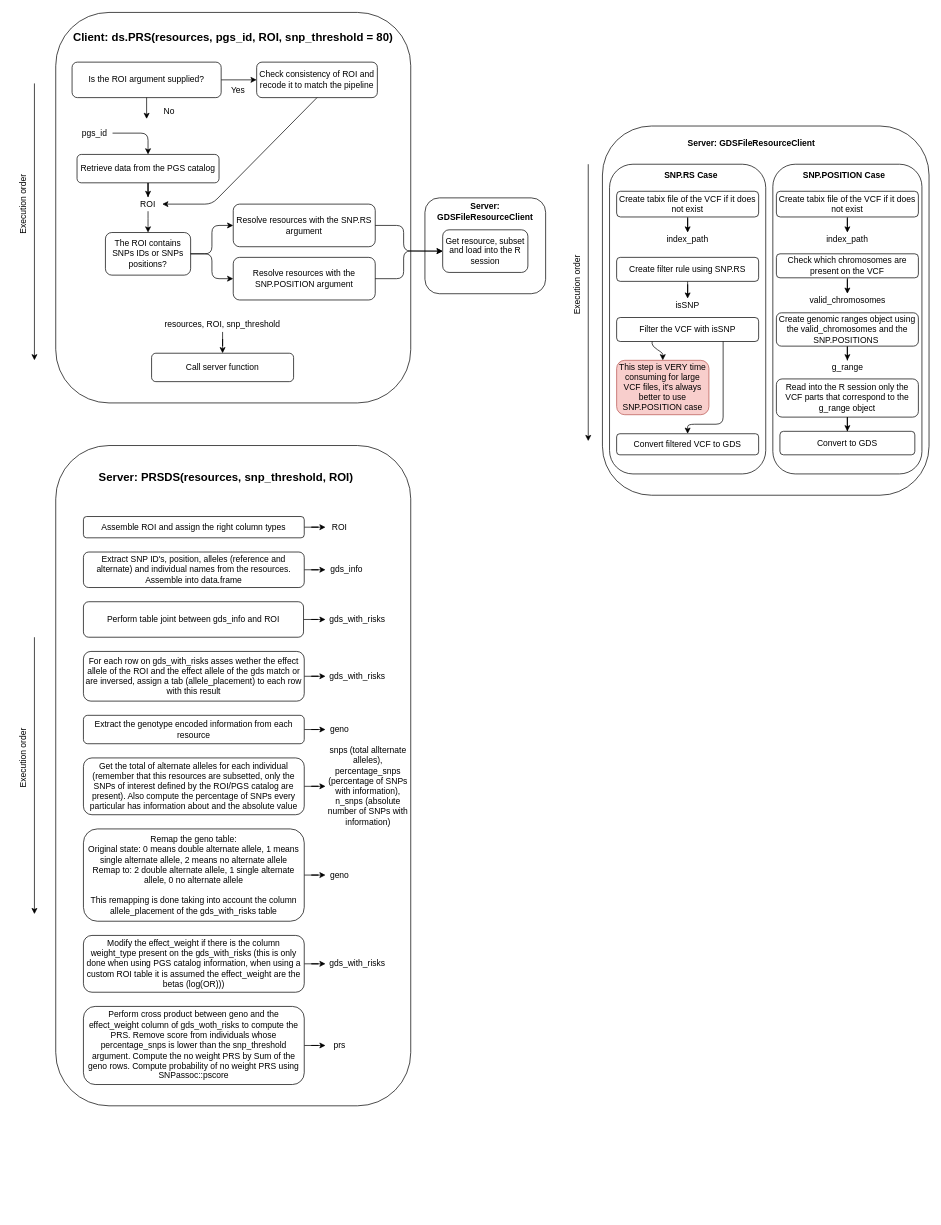
This is vignettes/gwas_images/blocks.drawio from isglobal-brge/dsOmicsClient, a draw.io file, before an edit. Source tidied: cells renumbered, new cells numbered last; positions are measured from the earlier drawing's top-left corner, leaving out a move shared by most shapes. Both pictures are drawn from the tidied source at 71%, with x=0, y=0 at pixel (-16, 12).
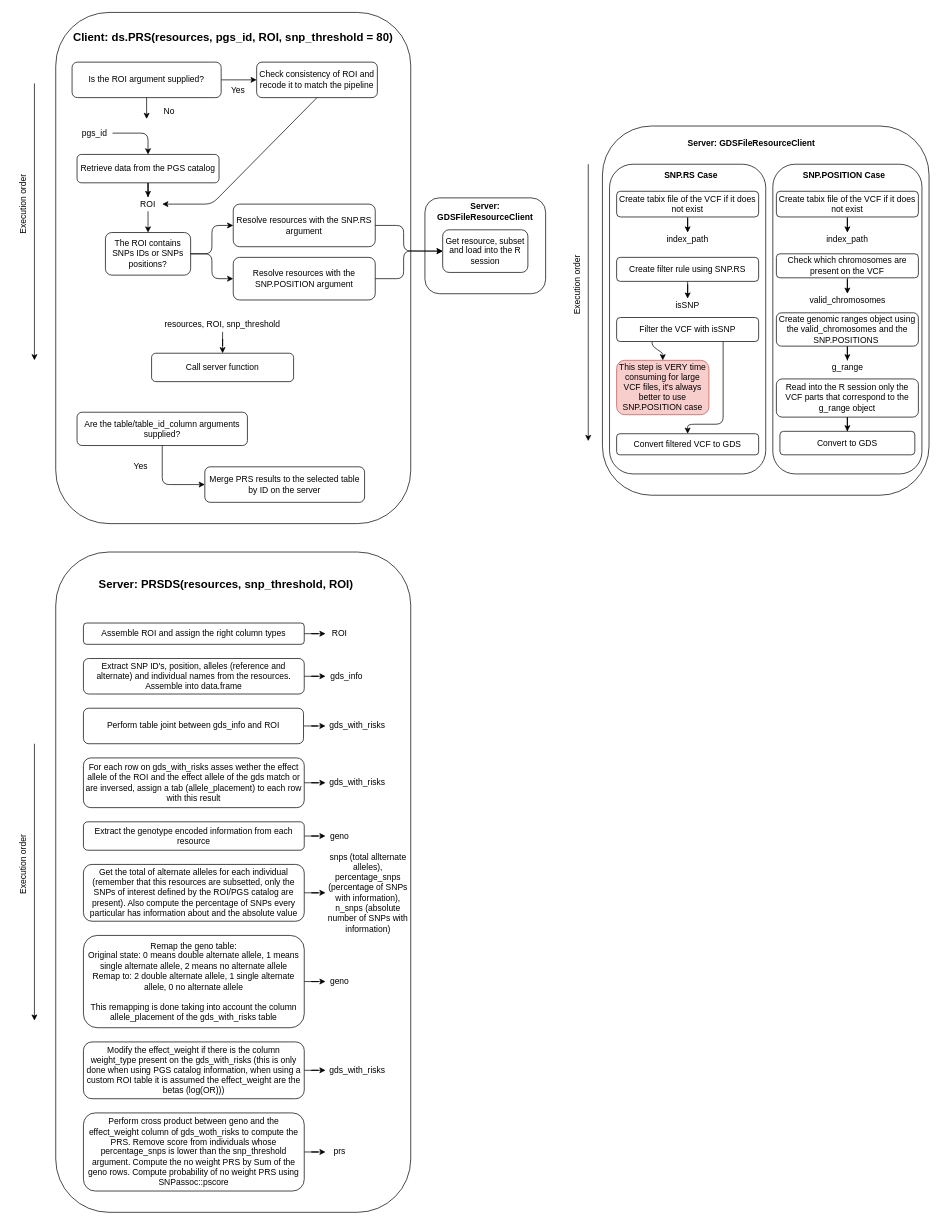
The same page after the edit.

Diff of the diagram source:
```diff
@@
     <mxCell id="2" style="rounded=1;whiteSpace=wrap;html=1;" parent="1" vertex="1">
-      <mxGeometry x="100" width="500" height="550" as="geometry" />
+      <mxGeometry x="100" width="500" height="720" as="geometry" />
     </mxCell>
@@
     <mxCell id="25" style="rounded=1;whiteSpace=wrap;html=1;" parent="1" vertex="1">
-      <mxGeometry x="100" y="610" width="500" height="930" as="geometry" />
+      <mxGeometry x="100" y="760" width="500" height="930" as="geometry" />
     </mxCell>
@@
     <mxCell id="34" value="&lt;font size=&quot;1&quot;&gt;&lt;b style=&quot;font-size: 16px&quot;&gt;Server: PRSDS&lt;/b&gt;&lt;/font&gt;&lt;span style=&quot;font-size: 16px&quot;&gt;&lt;b&gt;(resources,&amp;nbsp;&lt;/b&gt;&lt;/span&gt;&lt;b style=&quot;font-size: 16px&quot;&gt;snp_threshold&lt;/b&gt;&lt;span style=&quot;font-size: 16px&quot;&gt;&lt;b&gt;, ROI)&lt;/b&gt;&lt;/span&gt;" style="text;html=1;strokeColor=none;fillColor=none;align=center;verticalAlign=middle;whiteSpace=wrap;rounded=0;" parent="1" vertex="1">
-      <mxGeometry x="110" y="640" width="460" height="30" as="geometry" />
+      <mxGeometry x="110" y="790" width="460" height="30" as="geometry" />
     </mxCell>
@@
     <mxCell id="36" value="Assemble ROI and assign the right column types" style="rounded=1;whiteSpace=wrap;html=1;" parent="1" vertex="1">
-      <mxGeometry x="139" y="710" width="311" height="30" as="geometry" />
+      <mxGeometry x="139" y="860" width="311" height="30" as="geometry" />
     </mxCell>
@@
     <mxCell id="38" value="Extract SNP ID's, position, alleles (reference and alternate) and individual names from the resources. Assemble into data.frame" style="rounded=1;whiteSpace=wrap;html=1;" parent="1" vertex="1">
-      <mxGeometry x="139" y="760" width="311" height="50" as="geometry" />
+      <mxGeometry x="139" y="910" width="311" height="50" as="geometry" />
     </mxCell>
     <mxCell id="39" value="ROI" style="text;html=1;strokeColor=none;fillColor=none;align=center;verticalAlign=middle;whiteSpace=wrap;rounded=0;" parent="1" vertex="1">
-      <mxGeometry x="480" y="715" width="40" height="20" as="geometry" />
+      <mxGeometry x="480" y="865" width="40" height="20" as="geometry" />
     </mxCell>
     <mxCell id="40" value="gds_info" style="text;html=1;strokeColor=none;fillColor=none;align=center;verticalAlign=middle;whiteSpace=wrap;rounded=0;" parent="1" vertex="1">
-      <mxGeometry x="480" y="775" width="60" height="20" as="geometry" />
+      <mxGeometry x="480" y="925" width="60" height="20" as="geometry" />
     </mxCell>
@@
     <mxCell id="42" value="Perform table joint between gds_info and ROI" style="rounded=1;whiteSpace=wrap;html=1;" parent="1" vertex="1">
-      <mxGeometry x="139" y="830" width="310" height="50" as="geometry" />
+      <mxGeometry x="139" y="980" width="310" height="50" as="geometry" />
     </mxCell>
     <mxCell id="43" value="gds_with_risks" style="text;html=1;strokeColor=none;fillColor=none;align=center;verticalAlign=middle;whiteSpace=wrap;rounded=0;" parent="1" vertex="1">
-      <mxGeometry x="480" y="845" width="90" height="20" as="geometry" />
+      <mxGeometry x="480" y="995" width="90" height="20" as="geometry" />
     </mxCell>
@@
     <mxCell id="45" value="For each row on gds_with_risks asses wether the effect allele of the ROI and the effect allele of the gds match or are inversed, assign a tab (allele_placement) to each row with this result" style="rounded=1;whiteSpace=wrap;html=1;" parent="1" vertex="1">
-      <mxGeometry x="139" y="900" width="311" height="70" as="geometry" />
+      <mxGeometry x="139" y="1050" width="311" height="70" as="geometry" />
     </mxCell>
     <mxCell id="46" value="gds_with_risks" style="text;html=1;strokeColor=none;fillColor=none;align=center;verticalAlign=middle;whiteSpace=wrap;rounded=0;" parent="1" vertex="1">
-      <mxGeometry x="480" y="925" width="90" height="20" as="geometry" />
+      <mxGeometry x="480" y="1075" width="90" height="20" as="geometry" />
     </mxCell>
@@
     <mxCell id="48" value="Extract the genotype encoded information from each resource" style="rounded=1;whiteSpace=wrap;html=1;" parent="1" vertex="1">
-      <mxGeometry x="139" y="990" width="311" height="40" as="geometry" />
+      <mxGeometry x="139" y="1140" width="311" height="40" as="geometry" />
     </mxCell>
     <mxCell id="49" value="geno" style="text;html=1;strokeColor=none;fillColor=none;align=center;verticalAlign=middle;whiteSpace=wrap;rounded=0;" parent="1" vertex="1">
-      <mxGeometry x="480" y="1000" width="40" height="20" as="geometry" />
+      <mxGeometry x="480" y="1150" width="40" height="20" as="geometry" />
     </mxCell>
@@
     <mxCell id="51" value="Get the total of alternate alleles for each individual (remember that this resources are subsetted, only the SNPs of interest defined by the ROI/PGS catalog are present). Also compute the percentage of SNPs every particular has information about and the absolute value" style="rounded=1;whiteSpace=wrap;html=1;" parent="1" vertex="1">
-      <mxGeometry x="139" y="1050" width="311" height="80" as="geometry" />
+      <mxGeometry x="139" y="1200" width="311" height="80" as="geometry" />
     </mxCell>
     <mxCell id="52" value="snps (total allternate alleles), percentage_snps (percentage of SNPs with information), n_snps (absolute number of SNPs with information)" style="text;html=1;strokeColor=none;fillColor=none;align=center;verticalAlign=middle;whiteSpace=wrap;rounded=0;" parent="1" vertex="1">
-      <mxGeometry x="480" y="1015" width="120" height="150" as="geometry" />
+      <mxGeometry x="480" y="1165" width="120" height="150" as="geometry" />
     </mxCell>
@@
     <mxCell id="54" value="Remap the geno table:&lt;br&gt;Original state:&amp;nbsp;0 means double alternate allele, 1 means single alternate allele, 2 means no alternate allele&lt;br&gt;Remap to: 2 double alternate allele, 1 single alternate allele, 0 no alternate allele&lt;br&gt;&lt;br&gt;This remapping is done taking into account the column allele_placement of the gds_with_risks table" style="rounded=1;whiteSpace=wrap;html=1;" parent="1" vertex="1">
-      <mxGeometry x="139" y="1150" width="311" height="130" as="geometry" />
+      <mxGeometry x="139" y="1300" width="311" height="130" as="geometry" />
     </mxCell>
     <mxCell id="55" value="geno" style="text;html=1;strokeColor=none;fillColor=none;align=center;verticalAlign=middle;whiteSpace=wrap;rounded=0;" parent="1" vertex="1">
-      <mxGeometry x="480" y="1205" width="40" height="20" as="geometry" />
+      <mxGeometry x="480" y="1355" width="40" height="20" as="geometry" />
     </mxCell>
@@
     <mxCell id="57" value="Modify the effect_weight if there is the column weight_type present on the gds_with_risks (this is only done when using PGS catalog information, when using a custom ROI table it is assumed the effect_weight are the betas (log(OR)))" style="rounded=1;whiteSpace=wrap;html=1;" parent="1" vertex="1">
-      <mxGeometry x="139" y="1300" width="311" height="80" as="geometry" />
+      <mxGeometry x="139" y="1450" width="311" height="80" as="geometry" />
     </mxCell>
     <mxCell id="58" value="gds_with_risks" style="text;html=1;strokeColor=none;fillColor=none;align=center;verticalAlign=middle;whiteSpace=wrap;rounded=0;" parent="1" vertex="1">
-      <mxGeometry x="480" y="1330" width="90" height="20" as="geometry" />
+      <mxGeometry x="480" y="1480" width="90" height="20" as="geometry" />
     </mxCell>
@@
     <mxCell id="60" value="Perform cross product between geno and the effect_weight column of gds_woth_risks to compute the PRS. Remove score from individuals whose percentage_snps is lower than the snp_threshold argument. Compute the no weight PRS by Sum of the geno rows. Compute probability of no weight PRS using SNPassoc::pscore" style="rounded=1;whiteSpace=wrap;html=1;" parent="1" vertex="1">
-      <mxGeometry x="139" y="1400" width="311" height="110" as="geometry" />
+      <mxGeometry x="139" y="1550" width="311" height="110" as="geometry" />
     </mxCell>
     <mxCell id="61" value="prs" style="text;html=1;strokeColor=none;fillColor=none;align=center;verticalAlign=middle;whiteSpace=wrap;rounded=0;" parent="1" vertex="1">
-      <mxGeometry x="480" y="1445" width="40" height="20" as="geometry" />
+      <mxGeometry x="480" y="1595" width="40" height="20" as="geometry" />
     </mxCell>
@@
     <mxCell id="92" style="endArrow=classic;html=1;" parent="1" edge="1">
       <mxGeometry relative="1" as="geometry">
-        <mxPoint x="70" y="880" as="sourcePoint" />
-        <mxPoint x="70" y="1270" as="targetPoint" />
+        <mxPoint x="70" y="1030" as="sourcePoint" />
+        <mxPoint x="70" y="1420" as="targetPoint" />
       </mxGeometry>
     </mxCell>
     <mxCell id="93" value="Execution order" style="text;html=1;strokeColor=none;fillColor=none;align=center;verticalAlign=middle;whiteSpace=wrap;rounded=0;rotation=-90;" parent="1" vertex="1">
-      <mxGeometry y="1033.8" width="110" height="32.5" as="geometry" />
+      <mxGeometry y="1183.8" width="110" height="32.5" as="geometry" />
     </mxCell>
+    <mxCell id="94" value="Are the table/table_id_column arguments supplied?" style="rounded=1;whiteSpace=wrap;html=1;" parent="1" vertex="1">
+      <mxGeometry x="130" y="563.1" width="240" height="46.9" as="geometry" />
+    </mxCell>
+    <mxCell id="95" value="Merge PRS results to the selected table by ID on the server" style="rounded=1;whiteSpace=wrap;html=1;" parent="1" vertex="1">
+      <mxGeometry x="310" y="640" width="225" height="50" as="geometry" />
+    </mxCell>
+    <mxCell id="96" style="endArrow=classic;html=1;entryX=0;entryY=0.5;entryDx=0;entryDy=0;exitX=0.5;exitY=1;exitDx=0;exitDy=0;" parent="1" edge="1" source="94" target="95">
+      <mxGeometry relative="1" as="geometry">
+        <Array as="points">
+          <mxPoint x="250" y="665" />
+        </Array>
+      </mxGeometry>
+    </mxCell>
+    <mxCell id="97" value="Yes" style="text;html=1;strokeColor=none;fillColor=none;align=center;verticalAlign=middle;whiteSpace=wrap;rounded=0;" parent="1" vertex="1">
+      <mxGeometry x="200" y="630" width="40" height="20" as="geometry" />
+    </mxCell>
```
